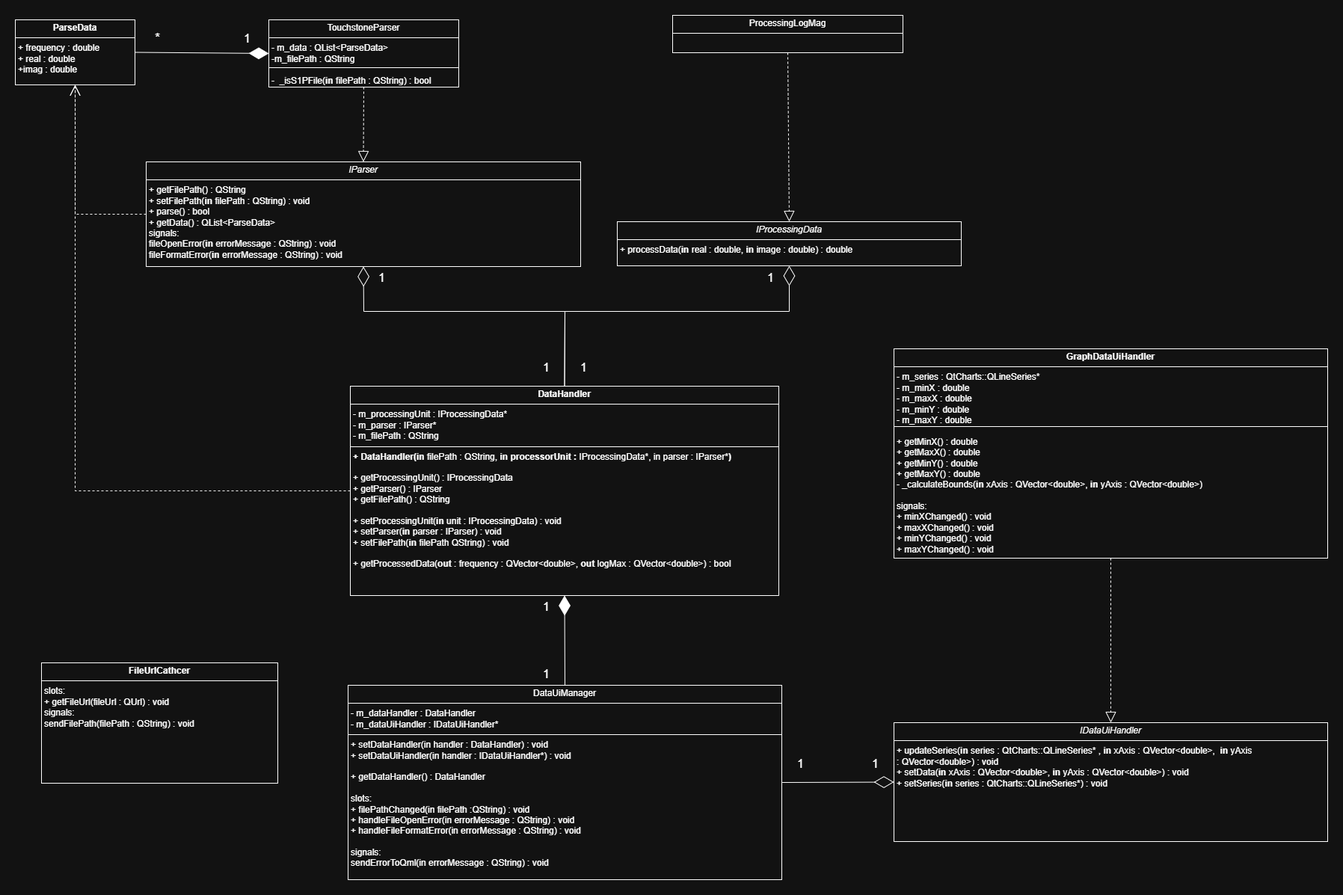
Before: uml.png, a diagram exported from draw.io (KVRTeJ/Synecta-test-assignment). Source tidied: cells renumbered, new cells last; positions are measured from the earlier drawing's top-left corner, leaving out a move shared by most shapes.
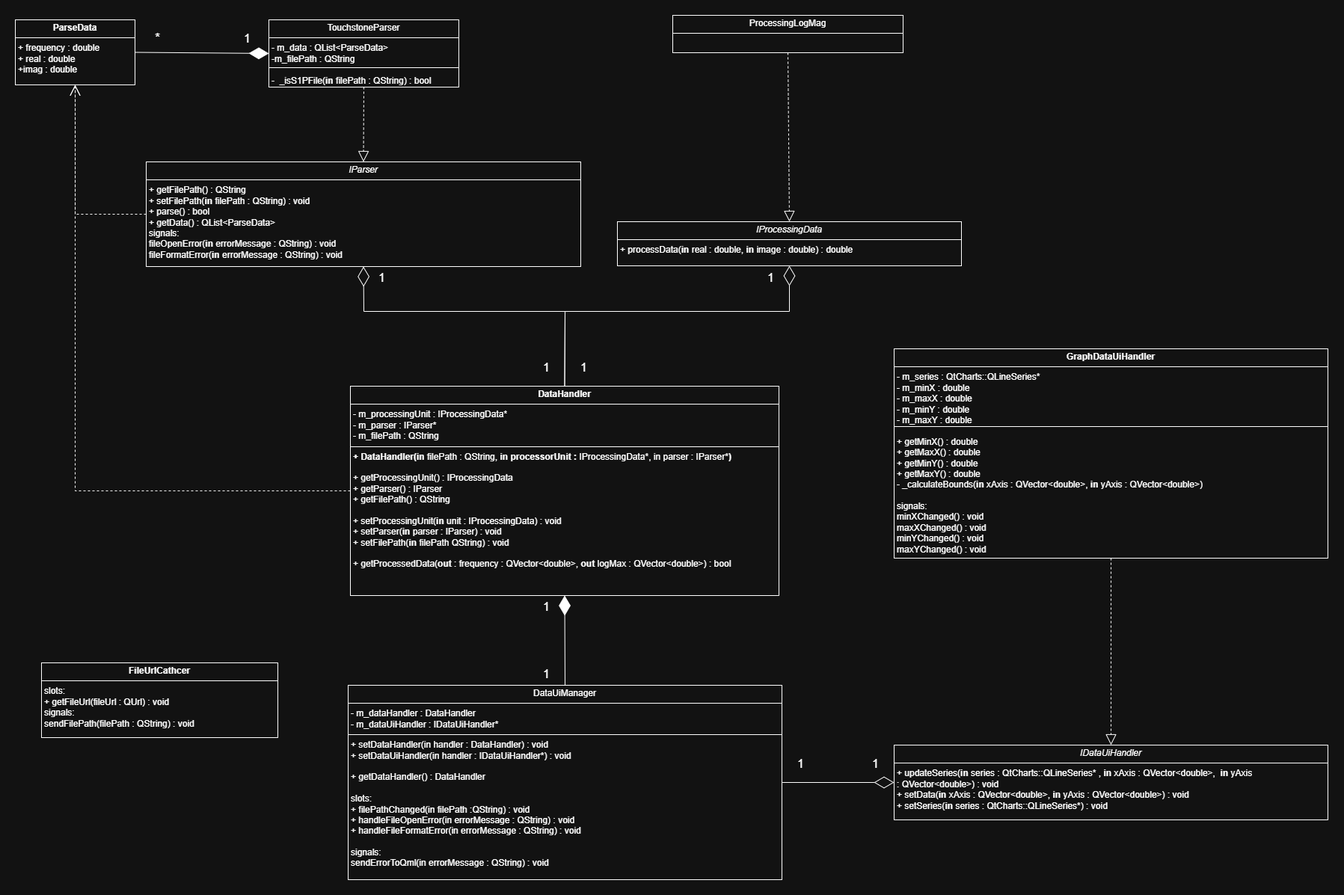
Later version of the same file.

Commit message:
Мини рефакторинг и немного обновлена uml диаграмма

Diff of the diagram source:
```diff
@@ -73,3 +73,3 @@
     <mxCell id="20" value="&lt;p style=&quot;margin:0px;margin-top:4px;text-align:center;&quot;&gt;&lt;b&gt;FileUrlCathcer&lt;/b&gt;&lt;/p&gt;&lt;hr size=&quot;1&quot; style=&quot;border-style:solid;&quot;&gt;&lt;p style=&quot;margin:0px;margin-left:4px;&quot;&gt;slots:&lt;/p&gt;&lt;p style=&quot;margin:0px;margin-left:4px;&quot;&gt;+ getFileUrl(fileUrl :&amp;nbsp;&lt;span style=&quot;background-color: transparent; color: light-dark(rgb(0, 0, 0), rgb(255, 255, 255));&quot;&gt;QUrl&lt;/span&gt;&lt;span style=&quot;background-color: transparent; color: light-dark(rgb(0, 0, 0), rgb(255, 255, 255));&quot;&gt;) : void&lt;/span&gt;&lt;/p&gt;&lt;p style=&quot;margin:0px;margin-left:4px;&quot;&gt;signals:&lt;/p&gt;&lt;p style=&quot;margin:0px;margin-left:4px;&quot;&gt;sendFilePath(filePath :&amp;nbsp;&lt;span style=&quot;background-color: transparent; color: light-dark(rgb(0, 0, 0), rgb(255, 255, 255));&quot;&gt;QString&lt;/span&gt;&lt;span style=&quot;background-color: transparent; color: light-dark(rgb(0, 0, 0), rgb(255, 255, 255));&quot;&gt;) : void&lt;/span&gt;&lt;/p&gt;" style="verticalAlign=top;align=left;overflow=fill;html=1;whiteSpace=wrap;" parent="1" vertex="1">
-      <mxGeometry x="35" y="866" width="316" height="161" as="geometry" />
+      <mxGeometry x="35" y="866" width="316" height="100" as="geometry" />
     </mxCell>
@@ -89,3 +89,3 @@
     <mxCell id="24" value="&lt;p style=&quot;margin:0px;margin-top:4px;text-align:center;&quot;&gt;&lt;span style=&quot;white-space-collapse: preserve;&quot;&gt;&lt;i style=&quot;&quot;&gt;IDataUiHandler&lt;/i&gt;&lt;/span&gt;&lt;/p&gt;&lt;hr size=&quot;1&quot; style=&quot;border-style:solid;&quot;&gt;&lt;p style=&quot;margin:0px;margin-left:4px;&quot;&gt;+ updateSeries(&lt;b&gt;in&lt;/b&gt;&amp;nbsp;&lt;span style=&quot;background-color: transparent; color: light-dark(rgb(0, 0, 0), rgb(255, 255, 255));&quot;&gt;series :&amp;nbsp;&lt;/span&gt;&lt;span style=&quot;background-color: transparent; color: light-dark(rgb(0, 0, 0), rgb(255, 255, 255));&quot;&gt;QtCharts::QLineSeries* , &lt;b&gt;in&lt;/b&gt;&amp;nbsp;&lt;/span&gt;&lt;span style=&quot;background-color: transparent; color: light-dark(rgb(0, 0, 0), rgb(255, 255, 255));&quot;&gt;xAxis :&amp;nbsp;&lt;/span&gt;&lt;span style=&quot;background-color: transparent; color: light-dark(rgb(0, 0, 0), rgb(255, 255, 255));&quot;&gt;QVector&amp;lt;double&amp;gt;,&amp;nbsp; &lt;b&gt;in&amp;nbsp;&lt;/b&gt;&lt;/span&gt;&lt;span style=&quot;background-color: transparent; color: light-dark(rgb(0, 0, 0), rgb(255, 255, 255));&quot;&gt;yAxis :&amp;nbsp;&lt;/span&gt;&lt;span style=&quot;background-color: transparent; color: light-dark(rgb(0, 0, 0), rgb(255, 255, 255));&quot;&gt;QVector&amp;lt;double&amp;gt;) : void&lt;/span&gt;&lt;/p&gt;&lt;p style=&quot;margin:0px;margin-left:4px;&quot;&gt;&lt;span style=&quot;background-color: transparent; color: light-dark(rgb(0, 0, 0), rgb(255, 255, 255));&quot;&gt;+&amp;nbsp;&lt;/span&gt;&lt;span style=&quot;background-color: transparent;&quot;&gt;setData(&lt;b&gt;in&lt;/b&gt;&amp;nbsp;&lt;/span&gt;&lt;span style=&quot;background-color: transparent; color: light-dark(rgb(0, 0, 0), rgb(255, 255, 255));&quot;&gt;xAxis :&amp;nbsp;&lt;/span&gt;&lt;span style=&quot;background-color: transparent; color: light-dark(rgb(0, 0, 0), rgb(255, 255, 255));&quot;&gt;QVector&amp;lt;double&amp;gt;&lt;/span&gt;&lt;span style=&quot;background-color: transparent; color: light-dark(rgb(0, 0, 0), rgb(255, 255, 255));&quot;&gt;, &lt;b&gt;in&lt;/b&gt;&amp;nbsp;&lt;/span&gt;&lt;span style=&quot;background-color: transparent; color: light-dark(rgb(0, 0, 0), rgb(255, 255, 255));&quot;&gt;yAxis :&amp;nbsp;&lt;/span&gt;&lt;span style=&quot;background-color: transparent; color: light-dark(rgb(0, 0, 0), rgb(255, 255, 255));&quot;&gt;QVector&amp;lt;double&amp;gt;) : void&lt;/span&gt;&lt;/p&gt;&lt;p style=&quot;margin:0px;margin-left:4px;&quot;&gt;&lt;span style=&quot;background-color: transparent; color: light-dark(rgb(0, 0, 0), rgb(255, 255, 255));&quot;&gt;+&amp;nbsp;&lt;/span&gt;&lt;span style=&quot;background-color: transparent;&quot;&gt;setSeries(&lt;b&gt;in&lt;/b&gt;&amp;nbsp;&lt;/span&gt;&lt;span style=&quot;background-color: transparent; color: light-dark(rgb(0, 0, 0), rgb(255, 255, 255));&quot;&gt;series :&amp;nbsp;&lt;/span&gt;&lt;span style=&quot;background-color: transparent; color: light-dark(rgb(0, 0, 0), rgb(255, 255, 255));&quot;&gt;QtCharts::QLineSeries*) : void&lt;/span&gt;&lt;/p&gt;" style="verticalAlign=top;align=left;overflow=fill;html=1;whiteSpace=wrap;" parent="1" vertex="1">
-      <mxGeometry x="1175" y="946" width="580" height="159" as="geometry" />
+      <mxGeometry x="1175" y="976" width="580" height="100" as="geometry" />
     </mxCell>
@@ -94,3 +94,3 @@
     </mxCell>
-    <mxCell id="26" value="&lt;p style=&quot;margin:0px;margin-top:4px;text-align:center;&quot;&gt;&lt;span style=&quot;white-space-collapse: preserve;&quot;&gt;&lt;b&gt;GraphDataUiHandler&lt;/b&gt;&lt;/span&gt;&lt;/p&gt;&lt;hr size=&quot;1&quot; style=&quot;border-style:solid;&quot;&gt;&lt;p style=&quot;margin:0px;margin-left:4px;&quot;&gt;-&amp;nbsp;m_series :&amp;nbsp;QtCharts::QLineSeries*&lt;/p&gt;&lt;p style=&quot;margin:0px;margin-left:4px;&quot;&gt;- m_minX : double&lt;/p&gt;&lt;p style=&quot;margin:0px;margin-left:4px;&quot;&gt;- m_maxX :&amp;nbsp;&lt;span style=&quot;background-color: transparent; color: light-dark(rgb(0, 0, 0), rgb(255, 255, 255));&quot;&gt;double&lt;/span&gt;&lt;/p&gt;&lt;p style=&quot;margin:0px;margin-left:4px;&quot;&gt;- m_minY :&amp;nbsp;&lt;span style=&quot;background-color: transparent; color: light-dark(rgb(0, 0, 0), rgb(255, 255, 255));&quot;&gt;double&lt;/span&gt;&lt;/p&gt;&lt;p style=&quot;margin:0px;margin-left:4px;&quot;&gt;- m_maxY :&amp;nbsp;&lt;span style=&quot;background-color: transparent; color: light-dark(rgb(0, 0, 0), rgb(255, 255, 255));&quot;&gt;double&lt;/span&gt;&lt;/p&gt;&lt;p style=&quot;margin:0px;margin-left:4px;&quot;&gt;&lt;span style=&quot;background-color: transparent; color: light-dark(rgb(0, 0, 0), rgb(255, 255, 255));&quot;&gt;&lt;br&gt;&lt;/span&gt;&lt;/p&gt;&lt;p style=&quot;margin:0px;margin-left:4px;&quot;&gt;&lt;span style=&quot;background-color: transparent; color: light-dark(rgb(0, 0, 0), rgb(255, 255, 255));&quot;&gt;+&amp;nbsp;&lt;/span&gt;&lt;span style=&quot;background-color: transparent; color: light-dark(rgb(0, 0, 0), rgb(255, 255, 255));&quot;&gt;getMinX() : double&lt;/span&gt;&lt;/p&gt;&lt;p style=&quot;margin:0px;margin-left:4px;&quot;&gt;+ getMaxX() :&amp;nbsp;&lt;span style=&quot;background-color: transparent; color: light-dark(rgb(0, 0, 0), rgb(255, 255, 255));&quot;&gt;double&lt;/span&gt;&lt;/p&gt;&lt;p style=&quot;margin:0px;margin-left:4px;&quot;&gt;+ getMinY() :&amp;nbsp;&lt;span style=&quot;background-color: transparent; color: light-dark(rgb(0, 0, 0), rgb(255, 255, 255));&quot;&gt;double&lt;/span&gt;&lt;/p&gt;&lt;p style=&quot;margin:0px;margin-left:4px;&quot;&gt;+ getMaxY() :&amp;nbsp;&lt;span style=&quot;background-color: transparent; color: light-dark(rgb(0, 0, 0), rgb(255, 255, 255));&quot;&gt;double&lt;/span&gt;&lt;/p&gt;&lt;p style=&quot;margin:0px;margin-left:4px;&quot;&gt;&lt;span style=&quot;background-color: transparent; color: light-dark(rgb(0, 0, 0), rgb(255, 255, 255));&quot;&gt;-&amp;nbsp;&lt;/span&gt;&lt;span style=&quot;background-color: transparent;&quot;&gt;_calculateBounds(&lt;b&gt;in&lt;/b&gt;&amp;nbsp;&lt;/span&gt;&lt;span style=&quot;background-color: transparent; color: light-dark(rgb(0, 0, 0), rgb(255, 255, 255));&quot;&gt;xAxis :&amp;nbsp;&lt;/span&gt;&lt;span style=&quot;background-color: transparent; color: light-dark(rgb(0, 0, 0), rgb(255, 255, 255));&quot;&gt;QVector&amp;lt;double&amp;gt;, &lt;b&gt;in&lt;/b&gt;&amp;nbsp;&lt;/span&gt;yAxis :&amp;nbsp;&lt;span style=&quot;background-color: transparent; color: light-dark(rgb(0, 0, 0), rgb(255, 255, 255));&quot;&gt;QVector&amp;lt;double&amp;gt;)&lt;/span&gt;&lt;/p&gt;&lt;p style=&quot;margin:0px;margin-left:4px;&quot;&gt;&lt;span style=&quot;background-color: transparent; color: light-dark(rgb(0, 0, 0), rgb(255, 255, 255));&quot;&gt;&lt;br&gt;&lt;/span&gt;&lt;/p&gt;&lt;p style=&quot;margin:0px;margin-left:4px;&quot;&gt;signals:&lt;/p&gt;&lt;p style=&quot;margin:0px;margin-left:4px;&quot;&gt;+ minXChanged() :&amp;nbsp;&lt;span style=&quot;background-color: transparent; color: light-dark(rgb(0, 0, 0), rgb(255, 255, 255));&quot;&gt;void&lt;/span&gt;&lt;span style=&quot;background-color: transparent; color: light-dark(rgb(0, 0, 0), rgb(255, 255, 255));&quot;&gt;&amp;nbsp;&lt;/span&gt;&lt;/p&gt;&lt;p style=&quot;margin:0px;margin-left:4px;&quot;&gt;+ maxXChanged() :&amp;nbsp;&lt;span style=&quot;background-color: transparent; color: light-dark(rgb(0, 0, 0), rgb(255, 255, 255));&quot;&gt;void&lt;/span&gt;&lt;span style=&quot;background-color: transparent; color: light-dark(rgb(0, 0, 0), rgb(255, 255, 255));&quot;&gt;&amp;nbsp;&lt;/span&gt;&lt;/p&gt;&lt;p style=&quot;margin:0px;margin-left:4px;&quot;&gt;&lt;span style=&quot;background-color: transparent; color: light-dark(rgb(0, 0, 0), rgb(255, 255, 255));&quot;&gt;+ minYChanged() :&amp;nbsp;&lt;/span&gt;&lt;span style=&quot;background-color: transparent; color: light-dark(rgb(0, 0, 0), rgb(255, 255, 255));&quot;&gt;void&lt;/span&gt;&lt;span style=&quot;background-color: transparent; color: light-dark(rgb(0, 0, 0), rgb(255, 255, 255));&quot;&gt;&amp;nbsp;&lt;/span&gt;&lt;/p&gt;&lt;p style=&quot;margin:0px;margin-left:4px;&quot;&gt;&lt;span style=&quot;background-color: transparent; color: light-dark(rgb(0, 0, 0), rgb(255, 255, 255));&quot;&gt;+ maxYChanged() :&amp;nbsp;&lt;/span&gt;&lt;span style=&quot;background-color: transparent; color: light-dark(rgb(0, 0, 0), rgb(255, 255, 255));&quot;&gt;void&lt;/span&gt;&lt;span style=&quot;background-color: transparent; color: light-dark(rgb(0, 0, 0), rgb(255, 255, 255));&quot;&gt;&amp;nbsp;&lt;/span&gt;&lt;/p&gt;" style="verticalAlign=top;align=left;overflow=fill;html=1;whiteSpace=wrap;" parent="1" vertex="1">
+    <mxCell id="26" value="&lt;p style=&quot;margin:0px;margin-top:4px;text-align:center;&quot;&gt;&lt;span style=&quot;white-space-collapse: preserve;&quot;&gt;&lt;b&gt;GraphDataUiHandler&lt;/b&gt;&lt;/span&gt;&lt;/p&gt;&lt;hr size=&quot;1&quot; style=&quot;border-style:solid;&quot;&gt;&lt;p style=&quot;margin:0px;margin-left:4px;&quot;&gt;-&amp;nbsp;m_series :&amp;nbsp;QtCharts::QLineSeries*&lt;/p&gt;&lt;p style=&quot;margin:0px;margin-left:4px;&quot;&gt;- m_minX : double&lt;/p&gt;&lt;p style=&quot;margin:0px;margin-left:4px;&quot;&gt;- m_maxX :&amp;nbsp;&lt;span style=&quot;background-color: transparent; color: light-dark(rgb(0, 0, 0), rgb(255, 255, 255));&quot;&gt;double&lt;/span&gt;&lt;/p&gt;&lt;p style=&quot;margin:0px;margin-left:4px;&quot;&gt;- m_minY :&amp;nbsp;&lt;span style=&quot;background-color: transparent; color: light-dark(rgb(0, 0, 0), rgb(255, 255, 255));&quot;&gt;double&lt;/span&gt;&lt;/p&gt;&lt;p style=&quot;margin:0px;margin-left:4px;&quot;&gt;- m_maxY :&amp;nbsp;&lt;span style=&quot;background-color: transparent; color: light-dark(rgb(0, 0, 0), rgb(255, 255, 255));&quot;&gt;double&lt;/span&gt;&lt;/p&gt;&lt;p style=&quot;margin:0px;margin-left:4px;&quot;&gt;&lt;span style=&quot;background-color: transparent; color: light-dark(rgb(0, 0, 0), rgb(255, 255, 255));&quot;&gt;&lt;br&gt;&lt;/span&gt;&lt;/p&gt;&lt;p style=&quot;margin:0px;margin-left:4px;&quot;&gt;&lt;span style=&quot;background-color: transparent; color: light-dark(rgb(0, 0, 0), rgb(255, 255, 255));&quot;&gt;+&amp;nbsp;&lt;/span&gt;&lt;span style=&quot;background-color: transparent; color: light-dark(rgb(0, 0, 0), rgb(255, 255, 255));&quot;&gt;getMinX() : double&lt;/span&gt;&lt;/p&gt;&lt;p style=&quot;margin:0px;margin-left:4px;&quot;&gt;+ getMaxX() :&amp;nbsp;&lt;span style=&quot;background-color: transparent; color: light-dark(rgb(0, 0, 0), rgb(255, 255, 255));&quot;&gt;double&lt;/span&gt;&lt;/p&gt;&lt;p style=&quot;margin:0px;margin-left:4px;&quot;&gt;+ getMinY() :&amp;nbsp;&lt;span style=&quot;background-color: transparent; color: light-dark(rgb(0, 0, 0), rgb(255, 255, 255));&quot;&gt;double&lt;/span&gt;&lt;/p&gt;&lt;p style=&quot;margin:0px;margin-left:4px;&quot;&gt;+ getMaxY() :&amp;nbsp;&lt;span style=&quot;background-color: transparent; color: light-dark(rgb(0, 0, 0), rgb(255, 255, 255));&quot;&gt;double&lt;/span&gt;&lt;/p&gt;&lt;p style=&quot;margin:0px;margin-left:4px;&quot;&gt;&lt;span style=&quot;background-color: transparent; color: light-dark(rgb(0, 0, 0), rgb(255, 255, 255));&quot;&gt;-&amp;nbsp;&lt;/span&gt;&lt;span style=&quot;background-color: transparent;&quot;&gt;_calculateBounds(&lt;b&gt;in&lt;/b&gt;&amp;nbsp;&lt;/span&gt;&lt;span style=&quot;background-color: transparent; color: light-dark(rgb(0, 0, 0), rgb(255, 255, 255));&quot;&gt;xAxis :&amp;nbsp;&lt;/span&gt;&lt;span style=&quot;background-color: transparent; color: light-dark(rgb(0, 0, 0), rgb(255, 255, 255));&quot;&gt;QVector&amp;lt;double&amp;gt;, &lt;b&gt;in&lt;/b&gt;&amp;nbsp;&lt;/span&gt;yAxis :&amp;nbsp;&lt;span style=&quot;background-color: transparent; color: light-dark(rgb(0, 0, 0), rgb(255, 255, 255));&quot;&gt;QVector&amp;lt;double&amp;gt;)&lt;/span&gt;&lt;/p&gt;&lt;p style=&quot;margin:0px;margin-left:4px;&quot;&gt;&lt;span style=&quot;background-color: transparent; color: light-dark(rgb(0, 0, 0), rgb(255, 255, 255));&quot;&gt;&lt;br&gt;&lt;/span&gt;&lt;/p&gt;&lt;p style=&quot;margin:0px;margin-left:4px;&quot;&gt;signals:&lt;/p&gt;&lt;p style=&quot;margin:0px;margin-left:4px;&quot;&gt;minXChanged() :&amp;nbsp;&lt;span style=&quot;background-color: transparent; color: light-dark(rgb(0, 0, 0), rgb(255, 255, 255));&quot;&gt;void&lt;/span&gt;&lt;span style=&quot;background-color: transparent; color: light-dark(rgb(0, 0, 0), rgb(255, 255, 255));&quot;&gt;&amp;nbsp;&lt;/span&gt;&lt;/p&gt;&lt;p style=&quot;margin:0px;margin-left:4px;&quot;&gt;maxXChanged() :&amp;nbsp;&lt;span style=&quot;background-color: transparent; color: light-dark(rgb(0, 0, 0), rgb(255, 255, 255));&quot;&gt;void&lt;/span&gt;&lt;span style=&quot;background-color: transparent; color: light-dark(rgb(0, 0, 0), rgb(255, 255, 255));&quot;&gt;&amp;nbsp;&lt;/span&gt;&lt;/p&gt;&lt;p style=&quot;margin:0px;margin-left:4px;&quot;&gt;&lt;span style=&quot;background-color: transparent; color: light-dark(rgb(0, 0, 0), rgb(255, 255, 255));&quot;&gt;minYChanged() :&amp;nbsp;&lt;/span&gt;&lt;span style=&quot;background-color: transparent; color: light-dark(rgb(0, 0, 0), rgb(255, 255, 255));&quot;&gt;void&lt;/span&gt;&lt;span style=&quot;background-color: transparent; color: light-dark(rgb(0, 0, 0), rgb(255, 255, 255));&quot;&gt;&amp;nbsp;&lt;/span&gt;&lt;/p&gt;&lt;p style=&quot;margin:0px;margin-left:4px;&quot;&gt;&lt;span style=&quot;background-color: transparent; color: light-dark(rgb(0, 0, 0), rgb(255, 255, 255));&quot;&gt;maxYChanged() :&amp;nbsp;&lt;/span&gt;&lt;span style=&quot;background-color: transparent; color: light-dark(rgb(0, 0, 0), rgb(255, 255, 255));&quot;&gt;void&lt;/span&gt;&lt;span style=&quot;background-color: transparent; color: light-dark(rgb(0, 0, 0), rgb(255, 255, 255));&quot;&gt;&amp;nbsp;&lt;/span&gt;&lt;/p&gt;" style="verticalAlign=top;align=left;overflow=fill;html=1;whiteSpace=wrap;" parent="1" vertex="1">
       <mxGeometry x="1175" y="446" width="580" height="280" as="geometry" />
```
